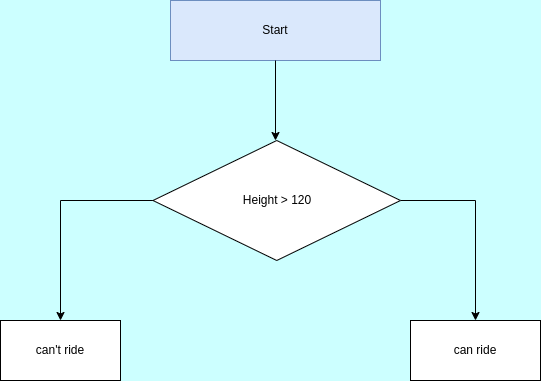
This is DAY3/29flowchart.png from CCCCCCCE/100DAYSOFPYTHON, a draw.io export, as it was before one commit. Source tidied: cells renumbered, new cells last; positions are measured from the earlier drawing's top-left corner, leaving out a move shared by most shapes.
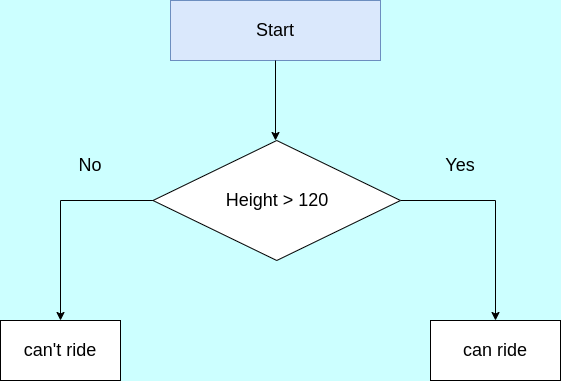
Above is the later version.

The edit, as a diff of the source:
```diff
@@ -2,7 +2,7 @@
   <root>
     <mxCell id="0" />
     <mxCell id="1" parent="0" />
-    <mxCell id="2" value="Start" style="rounded=0;whiteSpace=wrap;html=1;fillColor=#dae8fc;strokeColor=#6c8ebf;" parent="1" vertex="1">
+    <mxCell id="2" value="&lt;font style=&quot;font-size: 18px;&quot;&gt;Start&lt;/font&gt;" style="rounded=0;whiteSpace=wrap;html=1;fillColor=#dae8fc;strokeColor=#6c8ebf;" parent="1" vertex="1">
       <mxGeometry x="170" width="210" height="60" as="geometry" />
     </mxCell>
     <mxCell id="3" style="edgeStyle=orthogonalEdgeStyle;rounded=0;jettySize=auto;html=1;" parent="1" edge="1" source="2">
@@ -15,17 +15,23 @@
         <mxPoint x="60" y="320" as="targetPoint" />
       </mxGeometry>
     </mxCell>
-    <mxCell id="5" style="edgeStyle=orthogonalEdgeStyle;rounded=0;jettySize=auto;html=1;entryX=0.5;entryY=0;entryDx=0;entryDy=0;" parent="1" edge="1" source="6" target="8">
+    <mxCell id="5" style="edgeStyle=orthogonalEdgeStyle;rounded=0;jettySize=auto;html=1;exitX=1;exitY=0.5;exitDx=0;exitDy=0;fontSize=18;" parent="1" edge="1" source="6" target="8">
       <mxGeometry relative="1" as="geometry" />
     </mxCell>
-    <mxCell id="6" value="Height &amp;gt; 120" style="rhombus;whiteSpace=wrap;html=1;" parent="1" vertex="1">
+    <mxCell id="6" value="&lt;font style=&quot;font-size: 18px;&quot;&gt;Height &amp;gt; 120&lt;/font&gt;" style="rhombus;whiteSpace=wrap;html=1;" parent="1" vertex="1">
       <mxGeometry x="152.5" y="140" width="247.5" height="120" as="geometry" />
     </mxCell>
-    <mxCell id="7" value="can't ride" style="rounded=0;whiteSpace=wrap;html=1;" parent="1" vertex="1">
+    <mxCell id="7" value="&lt;font style=&quot;font-size: 18px;&quot;&gt;can't ride&lt;/font&gt;" style="rounded=0;whiteSpace=wrap;html=1;" parent="1" vertex="1">
       <mxGeometry y="320" width="120" height="60" as="geometry" />
     </mxCell>
-    <mxCell id="8" value="can ride" style="rounded=0;whiteSpace=wrap;html=1;" parent="1" vertex="1">
-      <mxGeometry x="410" y="320" width="130" height="60" as="geometry" />
+    <mxCell id="8" value="&lt;font style=&quot;font-size: 18px;&quot;&gt;can ride&lt;/font&gt;" style="rounded=0;whiteSpace=wrap;html=1;" parent="1" vertex="1">
+      <mxGeometry x="430" y="320" width="130" height="60" as="geometry" />
     </mxCell>
+    <mxCell id="9" value="No" style="text;html=1;strokeColor=none;fillColor=none;align=center;verticalAlign=middle;whiteSpace=wrap;rounded=0;fontSize=18;" parent="1" vertex="1">
+      <mxGeometry x="60" y="150" width="60" height="30" as="geometry" />
+    </mxCell>
+    <mxCell id="10" value="Yes" style="text;html=1;strokeColor=none;fillColor=none;align=center;verticalAlign=middle;whiteSpace=wrap;rounded=0;fontSize=18;" parent="1" vertex="1">
+      <mxGeometry x="430" y="150" width="60" height="30" as="geometry" />
+    </mxCell>
   </root>
 </mxGraphModel>
```
